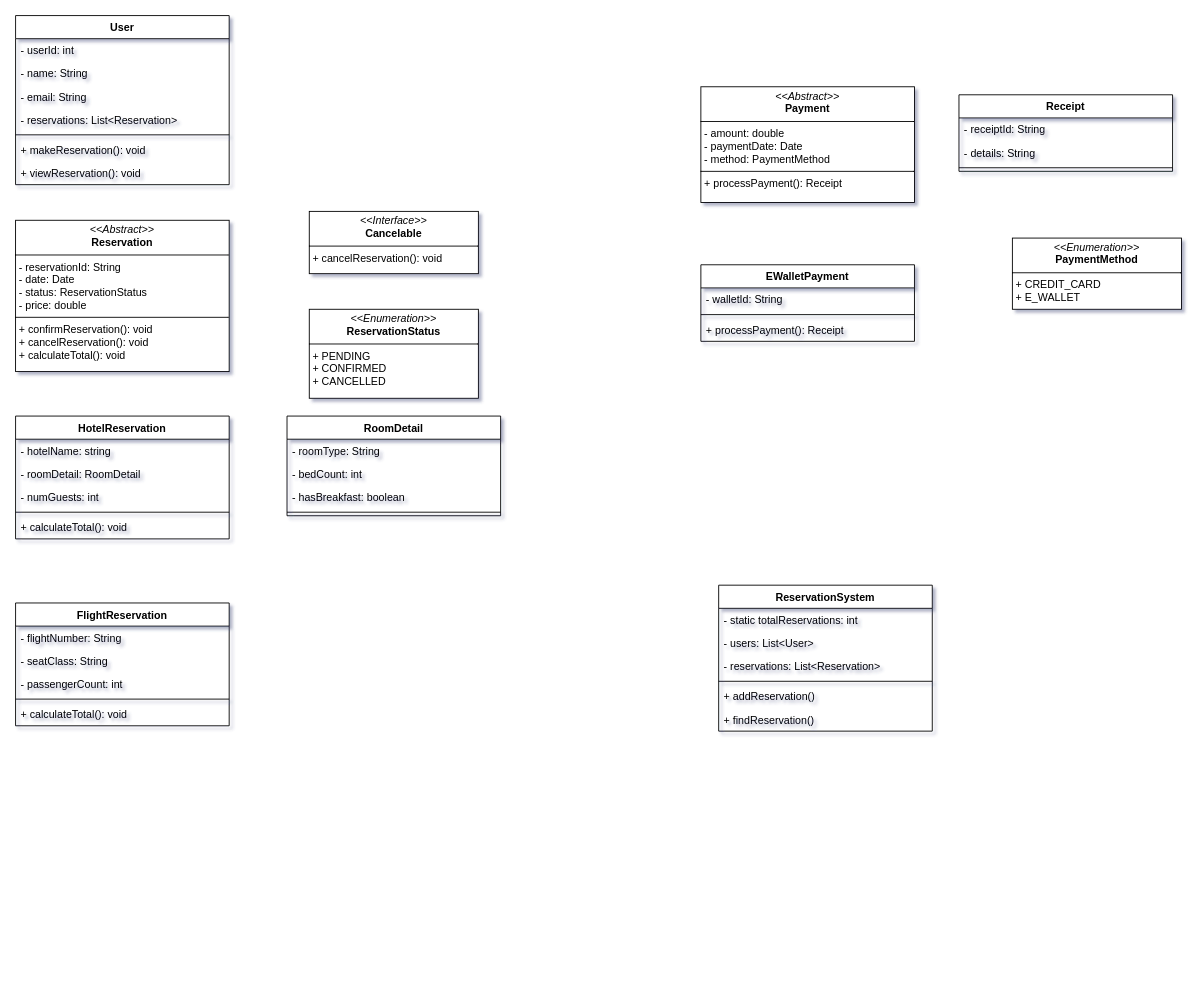
Before: UML.drawio in HarisHerdiansyah/prep-uts-2025-workspace, a draw.io diagram. Source tidied: cells renumbered, new cells numbered last; positions are measured from the earlier drawing's top-left corner, leaving out a move shared by most shapes. Both pictures are drawn from the tidied source at 89%, with x=0, y=0 at pixel (15, 15).
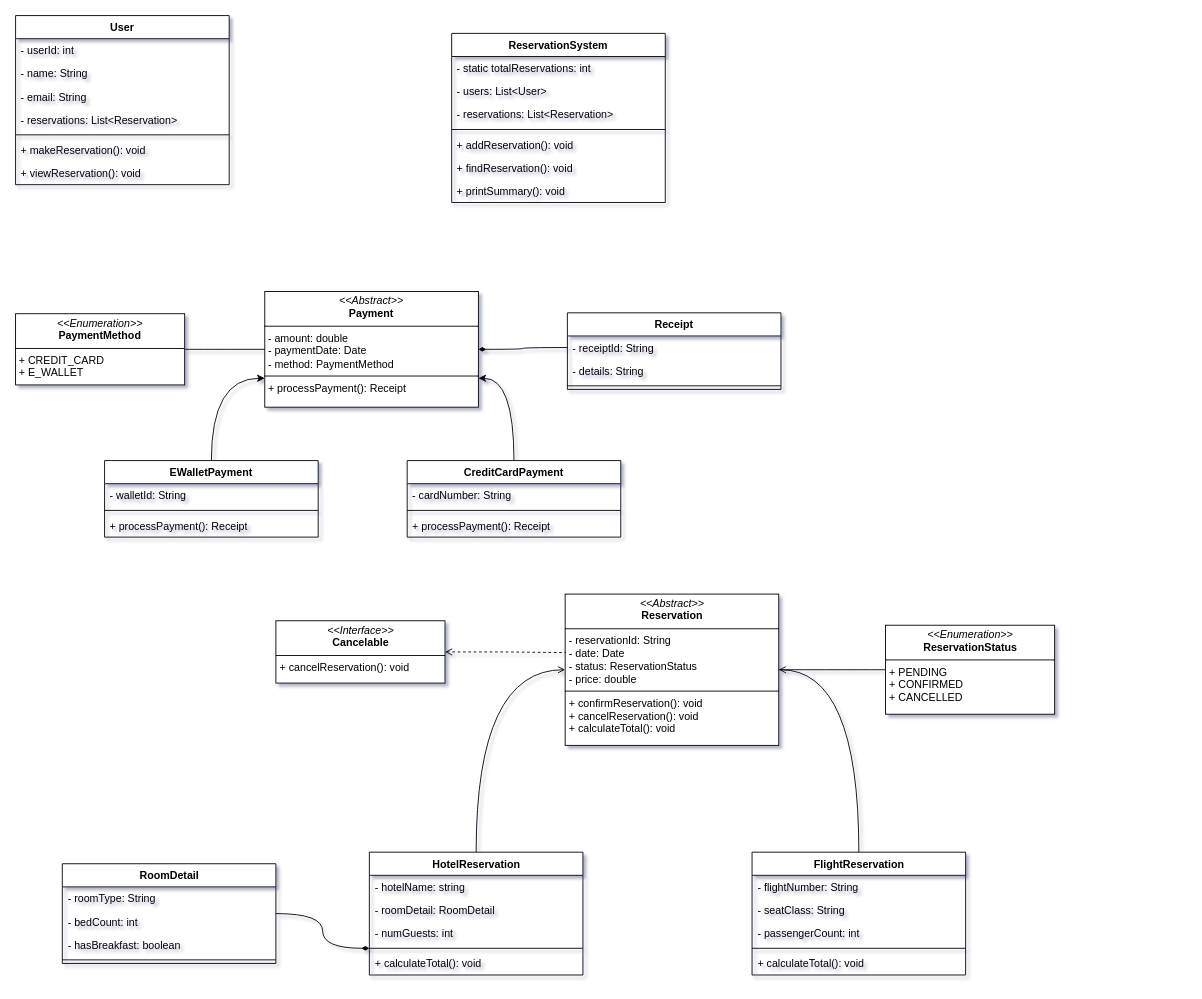
The same page after the edit.

The change refers to these unchanged cells:
```xml
<mxCell id="16" style="line;strokeWidth=1;fillColor=none;align=left;verticalAlign=middle;spacingTop=-1;spacingLeft=3;spacingRight=3;labelPosition=right;points=[];portConstraint=eastwest;strokeColor=inherit;" parent="12" vertex="1">
  <mxGeometry y="104" width="240" height="8" as="geometry" />
</mxCell>
<mxCell id="32" value="- receiptId: String" style="text;strokeColor=none;fillColor=none;align=left;verticalAlign=top;spacingLeft=4;spacingRight=4;overflow=hidden;points=[[0,0.5],[1,0.5]];portConstraint=eastwest;whiteSpace=wrap;html=1;" parent="31" vertex="1">
  <mxGeometry y="26" width="240" height="26" as="geometry" />
</mxCell>
```

What changed in the source:
```diff
@@
     <mxCell id="10" value="&lt;p style=&quot;margin:0px;margin-top:4px;text-align:center;&quot;&gt;&lt;i&gt;&amp;lt;&amp;lt;Abstract&amp;gt;&amp;gt;&lt;/i&gt;&lt;br&gt;&lt;b&gt;Reservation&lt;/b&gt;&lt;/p&gt;&lt;hr size=&quot;1&quot; style=&quot;border-style:solid;&quot;&gt;&lt;p style=&quot;margin:0px;margin-left:4px;&quot;&gt;- reservationId: String&lt;br&gt;- date: Date&lt;/p&gt;&lt;p style=&quot;margin:0px;margin-left:4px;&quot;&gt;- status: ReservationStatus&lt;/p&gt;&lt;p style=&quot;margin:0px;margin-left:4px;&quot;&gt;- price: double&lt;/p&gt;&lt;hr size=&quot;1&quot; style=&quot;border-style:solid;&quot;&gt;&lt;p style=&quot;margin:0px;margin-left:4px;&quot;&gt;+ confirmReservation(): void&lt;br&gt;&lt;/p&gt;&lt;p style=&quot;margin:0px;margin-left:4px;&quot;&gt;+ cancelReservation(): void&lt;/p&gt;&lt;p style=&quot;margin:0px;margin-left:4px;&quot;&gt;+ calculateTotal(): void&lt;/p&gt;" style="verticalAlign=top;align=left;overflow=fill;html=1;whiteSpace=wrap;" parent="1" vertex="1">
-      <mxGeometry y="230" width="240" height="170" as="geometry" />
+      <mxGeometry x="617.5" y="650" width="240" height="170" as="geometry" />
     </mxCell>
     <mxCell id="11" value="&lt;p style=&quot;margin:0px;margin-top:4px;text-align:center;&quot;&gt;&lt;i&gt;&amp;lt;&amp;lt;Interface&amp;gt;&amp;gt;&lt;/i&gt;&lt;br&gt;&lt;b&gt;Cancelable&lt;/b&gt;&lt;/p&gt;&lt;hr size=&quot;1&quot; style=&quot;border-style:solid;&quot;&gt;&lt;p style=&quot;margin:0px;margin-left:4px;&quot;&gt;&lt;span style=&quot;background-color: transparent; color: light-dark(rgb(0, 0, 0), rgb(255, 255, 255));&quot;&gt;+ cancelReservation(): void&lt;/span&gt;&lt;/p&gt;" style="verticalAlign=top;align=left;overflow=fill;html=1;whiteSpace=wrap;" parent="1" vertex="1">
-      <mxGeometry x="330" y="220" width="190" height="70" as="geometry" />
+      <mxGeometry x="292.5" y="680" width="190" height="70" as="geometry" />
     </mxCell>
+    <mxCell id="47" style="edgeStyle=orthogonalEdgeStyle;rounded=0;jettySize=auto;html=1;exitX=0.5;exitY=0;exitDx=0;exitDy=0;entryX=0;entryY=0.5;entryDx=0;entryDy=0;curved=1;endArrow=open;endFill=0;" parent="1" edge="1" source="12" target="10">
+      <mxGeometry relative="1" as="geometry" />
+    </mxCell>
     <mxCell id="12" value="HotelReservation" style="swimlane;fontStyle=1;align=center;verticalAlign=top;horizontal=1;startSize=26;whiteSpace=wrap;html=1;" parent="1" vertex="1">
-      <mxGeometry y="450" width="240" height="138" as="geometry" />
+      <mxGeometry x="397.5" y="940" width="240" height="138" as="geometry" />
     </mxCell>
@@
+    <mxCell id="48" style="edgeStyle=orthogonalEdgeStyle;rounded=0;jettySize=auto;html=1;curved=1;endArrow=diamondThin;endFill=1;" parent="1" edge="1" source="18" target="16">
+      <mxGeometry relative="1" as="geometry" />
+    </mxCell>
     <mxCell id="18" value="RoomDetail" style="swimlane;fontStyle=1;align=center;verticalAlign=top;horizontal=1;startSize=26;whiteSpace=wrap;html=1;" parent="1" vertex="1">
-      <mxGeometry x="305" y="450" width="240" height="112" as="geometry" />
+      <mxGeometry x="52.5" y="953" width="240" height="112" as="geometry" />
     </mxCell>
@@
+    <mxCell id="49" style="edgeStyle=orthogonalEdgeStyle;rounded=0;jettySize=auto;html=1;exitX=0.5;exitY=0;exitDx=0;exitDy=0;entryX=1;entryY=0.5;entryDx=0;entryDy=0;curved=1;endArrow=open;endFill=0;" parent="1" edge="1" source="23" target="10">
+      <mxGeometry relative="1" as="geometry" />
+    </mxCell>
     <mxCell id="23" value="FlightReservation" style="swimlane;fontStyle=1;align=center;verticalAlign=top;horizontal=1;startSize=26;whiteSpace=wrap;html=1;" parent="1" vertex="1">
-      <mxGeometry y="660" width="240" height="138" as="geometry" />
+      <mxGeometry x="827.5" y="940" width="240" height="138" as="geometry" />
     </mxCell>
@@
+    <mxCell id="50" style="edgeStyle=orthogonalEdgeStyle;curved=1;rounded=0;jettySize=auto;html=1;exitX=0;exitY=0.5;exitDx=0;exitDy=0;entryX=1;entryY=0.5;entryDx=0;entryDy=0;endArrow=none;endFill=0;" parent="1" edge="1" source="29" target="10">
+      <mxGeometry relative="1" as="geometry" />
+    </mxCell>
     <mxCell id="29" value="&lt;p style=&quot;margin:0px;margin-top:4px;text-align:center;&quot;&gt;&lt;i&gt;&amp;lt;&amp;lt;Enumeration&amp;gt;&amp;gt;&lt;/i&gt;&lt;br&gt;&lt;b&gt;ReservationStatus&lt;/b&gt;&lt;/p&gt;&lt;hr size=&quot;1&quot; style=&quot;border-style:solid;&quot;&gt;&lt;p style=&quot;margin:0px;margin-left:4px;&quot;&gt;&lt;span style=&quot;background-color: transparent; color: light-dark(rgb(0, 0, 0), rgb(255, 255, 255));&quot;&gt;+ PENDING&lt;/span&gt;&lt;/p&gt;&lt;p style=&quot;margin:0px;margin-left:4px;&quot;&gt;&lt;span style=&quot;background-color: transparent; color: light-dark(rgb(0, 0, 0), rgb(255, 255, 255));&quot;&gt;+ CONFIRMED&lt;/span&gt;&lt;/p&gt;&lt;p style=&quot;margin:0px;margin-left:4px;&quot;&gt;&lt;span style=&quot;background-color: transparent; color: light-dark(rgb(0, 0, 0), rgb(255, 255, 255));&quot;&gt;+ CANCELLED&lt;/span&gt;&lt;/p&gt;" style="verticalAlign=top;align=left;overflow=fill;html=1;whiteSpace=wrap;" parent="1" vertex="1">
-      <mxGeometry x="330" y="330" width="190" height="100" as="geometry" />
+      <mxGeometry x="977.5" y="685" width="190" height="100" as="geometry" />
     </mxCell>
     <mxCell id="30" value="&lt;p style=&quot;margin:0px;margin-top:4px;text-align:center;&quot;&gt;&lt;i&gt;&amp;lt;&amp;lt;Abstract&amp;gt;&amp;gt;&lt;/i&gt;&lt;br&gt;&lt;b&gt;Payment&lt;/b&gt;&lt;/p&gt;&lt;hr size=&quot;1&quot; style=&quot;border-style:solid;&quot;&gt;&lt;p style=&quot;margin:0px;margin-left:4px;&quot;&gt;- amount: double&lt;br&gt;- paymentDate: Date&lt;/p&gt;&lt;p style=&quot;margin:0px;margin-left:4px;&quot;&gt;- method: PaymentMethod&lt;/p&gt;&lt;hr size=&quot;1&quot; style=&quot;border-style:solid;&quot;&gt;&lt;p style=&quot;margin:0px;margin-left:4px;&quot;&gt;+ processPayment(): Receipt&lt;/p&gt;" style="verticalAlign=top;align=left;overflow=fill;html=1;whiteSpace=wrap;" parent="1" vertex="1">
-      <mxGeometry x="770" y="80" width="240" height="130" as="geometry" />
+      <mxGeometry x="280" y="310" width="240" height="130" as="geometry" />
     </mxCell>
     <mxCell id="31" value="Receipt" style="swimlane;fontStyle=1;align=center;verticalAlign=top;horizontal=1;startSize=26;whiteSpace=wrap;html=1;" parent="1" vertex="1">
-      <mxGeometry x="1060" y="89" width="240" height="86" as="geometry" />
+      <mxGeometry x="620" y="334" width="240" height="86" as="geometry" />
     </mxCell>
@@
+    <mxCell id="51" style="edgeStyle=orthogonalEdgeStyle;curved=1;rounded=0;jettySize=auto;html=1;exitX=0.5;exitY=0;exitDx=0;exitDy=0;entryX=0;entryY=0.75;entryDx=0;entryDy=0;" parent="1" edge="1" source="35" target="30">
+      <mxGeometry relative="1" as="geometry" />
+    </mxCell>
     <mxCell id="35" value="EWalletPayment" style="swimlane;fontStyle=1;align=center;verticalAlign=top;horizontal=1;startSize=26;whiteSpace=wrap;html=1;" parent="1" vertex="1">
-      <mxGeometry x="770" y="280" width="240" height="86" as="geometry" />
+      <mxGeometry x="100" y="500" width="240" height="86" as="geometry" />
     </mxCell>
@@
+    <mxCell id="52" style="edgeStyle=orthogonalEdgeStyle;curved=1;rounded=0;jettySize=auto;html=1;endArrow=none;endFill=0;" parent="1" edge="1" source="39" target="30">
+      <mxGeometry relative="1" as="geometry" />
+    </mxCell>
     <mxCell id="39" value="&lt;p style=&quot;margin:0px;margin-top:4px;text-align:center;&quot;&gt;&lt;i&gt;&amp;lt;&amp;lt;Enumeration&amp;gt;&amp;gt;&lt;/i&gt;&lt;br&gt;&lt;b&gt;PaymentMethod&lt;/b&gt;&lt;/p&gt;&lt;hr size=&quot;1&quot; style=&quot;border-style:solid;&quot;&gt;&lt;p style=&quot;margin:0px;margin-left:4px;&quot;&gt;&lt;span style=&quot;background-color: transparent; color: light-dark(rgb(0, 0, 0), rgb(255, 255, 255));&quot;&gt;+ CREDIT_CARD&lt;/span&gt;&lt;/p&gt;&lt;p style=&quot;margin:0px;margin-left:4px;&quot;&gt;&lt;span style=&quot;background-color: transparent; color: light-dark(rgb(0, 0, 0), rgb(255, 255, 255));&quot;&gt;+ E_WALLET&lt;/span&gt;&lt;/p&gt;" style="verticalAlign=top;align=left;overflow=fill;html=1;whiteSpace=wrap;" parent="1" vertex="1">
-      <mxGeometry x="1120" y="250" width="190" height="80" as="geometry" />
+      <mxGeometry y="335" width="190" height="80" as="geometry" />
     </mxCell>
     <mxCell id="40" value="ReservationSystem" style="swimlane;fontStyle=1;align=center;verticalAlign=top;horizontal=1;startSize=26;whiteSpace=wrap;html=1;" parent="1" vertex="1">
-      <mxGeometry x="790" y="640" width="240" height="164" as="geometry" />
+      <mxGeometry x="490" y="20" width="240" height="190" as="geometry" />
     </mxCell>
@@
-    <mxCell id="45" value="+ addReservation()" style="text;strokeColor=none;fillColor=none;align=left;verticalAlign=top;spacingLeft=4;spacingRight=4;overflow=hidden;whiteSpace=wrap;html=1;" parent="40" vertex="1">
+    <mxCell id="45" value="+ addReservation(): void" style="text;strokeColor=none;fillColor=none;align=left;verticalAlign=top;spacingLeft=4;spacingRight=4;overflow=hidden;whiteSpace=wrap;html=1;" parent="40" vertex="1">
       <mxGeometry y="112" width="240" height="26" as="geometry" />
     </mxCell>
-    <mxCell id="46" value="+ findReservation()" style="text;strokeColor=none;fillColor=none;align=left;verticalAlign=top;spacingLeft=4;spacingRight=4;overflow=hidden;whiteSpace=wrap;html=1;" parent="40" vertex="1">
+    <mxCell id="46" value="+ findReservation(): void" style="text;strokeColor=none;fillColor=none;align=left;verticalAlign=top;spacingLeft=4;spacingRight=4;overflow=hidden;whiteSpace=wrap;html=1;" parent="40" vertex="1">
       <mxGeometry y="138" width="240" height="26" as="geometry" />
     </mxCell>
+    <mxCell id="53" value="+ printSummary(): void" style="text;strokeColor=none;fillColor=none;align=left;verticalAlign=top;spacingLeft=4;spacingRight=4;overflow=hidden;whiteSpace=wrap;html=1;" parent="40" vertex="1">
+      <mxGeometry y="164" width="240" height="26" as="geometry" />
+    </mxCell>
+    <mxCell id="54" style="edgeStyle=orthogonalEdgeStyle;rounded=0;jettySize=auto;html=1;exitX=1;exitY=0.5;exitDx=0;exitDy=0;entryX=0.002;entryY=0.387;entryDx=0;entryDy=0;entryPerimeter=0;dashed=1;endArrow=none;endFill=0;startArrow=open;startFill=0;" parent="1" edge="1" source="11" target="10">
+      <mxGeometry relative="1" as="geometry" />
+    </mxCell>
+    <mxCell id="55" style="edgeStyle=orthogonalEdgeStyle;curved=1;rounded=0;jettySize=auto;html=1;exitX=0;exitY=0.5;exitDx=0;exitDy=0;endArrow=diamondThin;endFill=1;" parent="1" edge="1" source="32" target="30">
+      <mxGeometry relative="1" as="geometry" />
+    </mxCell>
+    <mxCell id="56" style="edgeStyle=orthogonalEdgeStyle;curved=1;rounded=0;jettySize=auto;html=1;exitX=0.5;exitY=0;exitDx=0;exitDy=0;entryX=1;entryY=0.75;entryDx=0;entryDy=0;" parent="1" edge="1" source="57" target="30">
+      <mxGeometry relative="1" as="geometry" />
+    </mxCell>
+    <mxCell id="57" value="CreditCardPayment" style="swimlane;fontStyle=1;align=center;verticalAlign=top;horizontal=1;startSize=26;whiteSpace=wrap;html=1;" parent="1" vertex="1">
+      <mxGeometry x="440" y="500" width="240" height="86" as="geometry" />
+    </mxCell>
+    <mxCell id="58" value="- cardNumber: String" style="text;strokeColor=none;fillColor=none;align=left;verticalAlign=top;spacingLeft=4;spacingRight=4;overflow=hidden;whiteSpace=wrap;html=1;" parent="57" vertex="1">
+      <mxGeometry y="26" width="240" height="26" as="geometry" />
+    </mxCell>
+    <mxCell id="59" style="line;strokeWidth=1;fillColor=none;align=left;verticalAlign=middle;spacingTop=-1;spacingLeft=3;spacingRight=3;labelPosition=right;strokeColor=inherit;" parent="57" vertex="1">
+      <mxGeometry y="52" width="240" height="8" as="geometry" />
+    </mxCell>
+    <mxCell id="60" value="+ processPayment(): Receipt" style="text;strokeColor=none;fillColor=none;align=left;verticalAlign=top;spacingLeft=4;spacingRight=4;overflow=hidden;whiteSpace=wrap;html=1;" parent="57" vertex="1">
+      <mxGeometry y="60" width="240" height="26" as="geometry" />
+    </mxCell>
```
